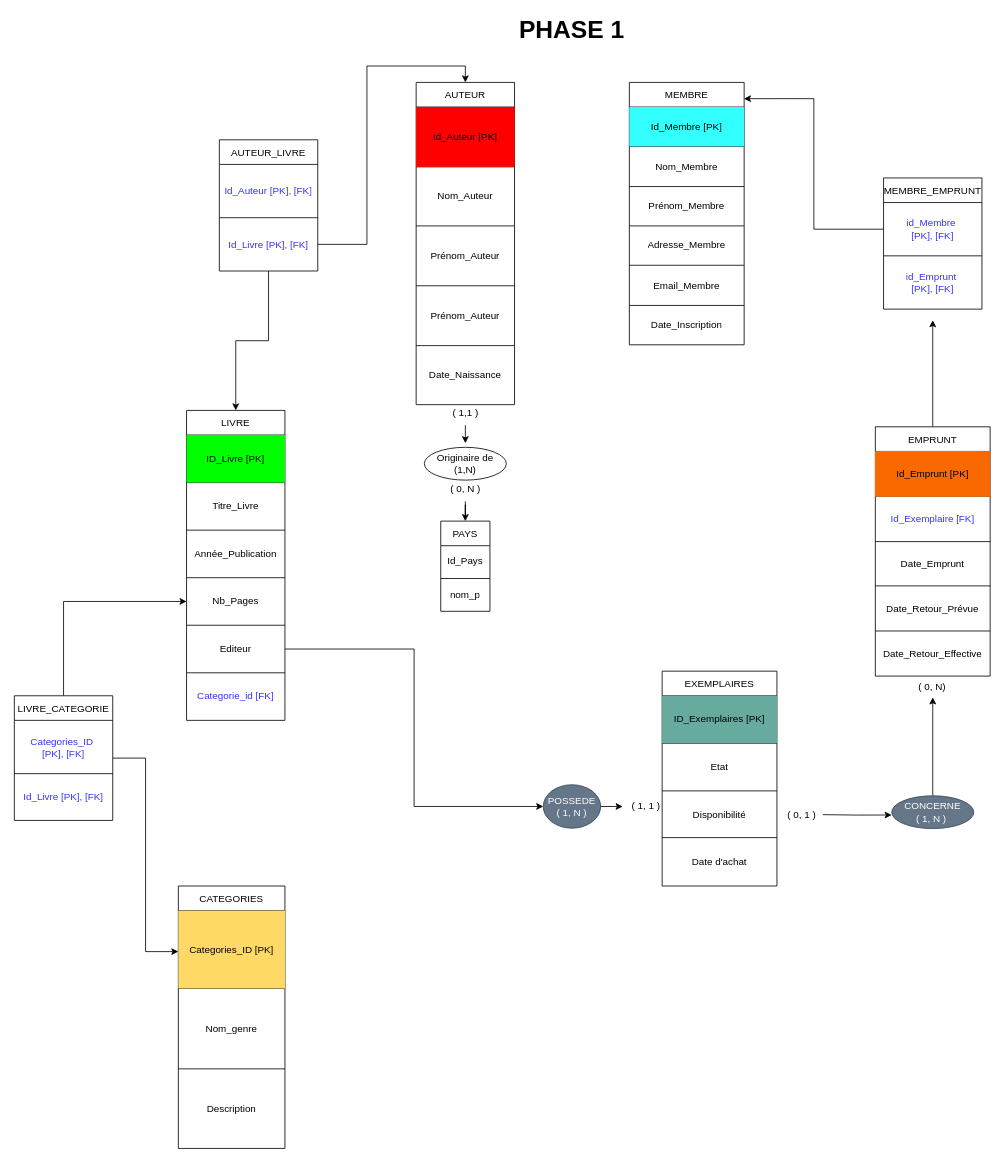
Above: programming/node/modélisationBDD/Module4.drawio in Frantz-tech/current-training (draw.io), before the change. Source tidied: cells renumbered, new cells numbered last; positions are measured from the earlier drawing's top-left corner, leaving out a move shared by most shapes. Both pictures are drawn from the tidied source at 82%, with x=0, y=0 at pixel (14, 16).
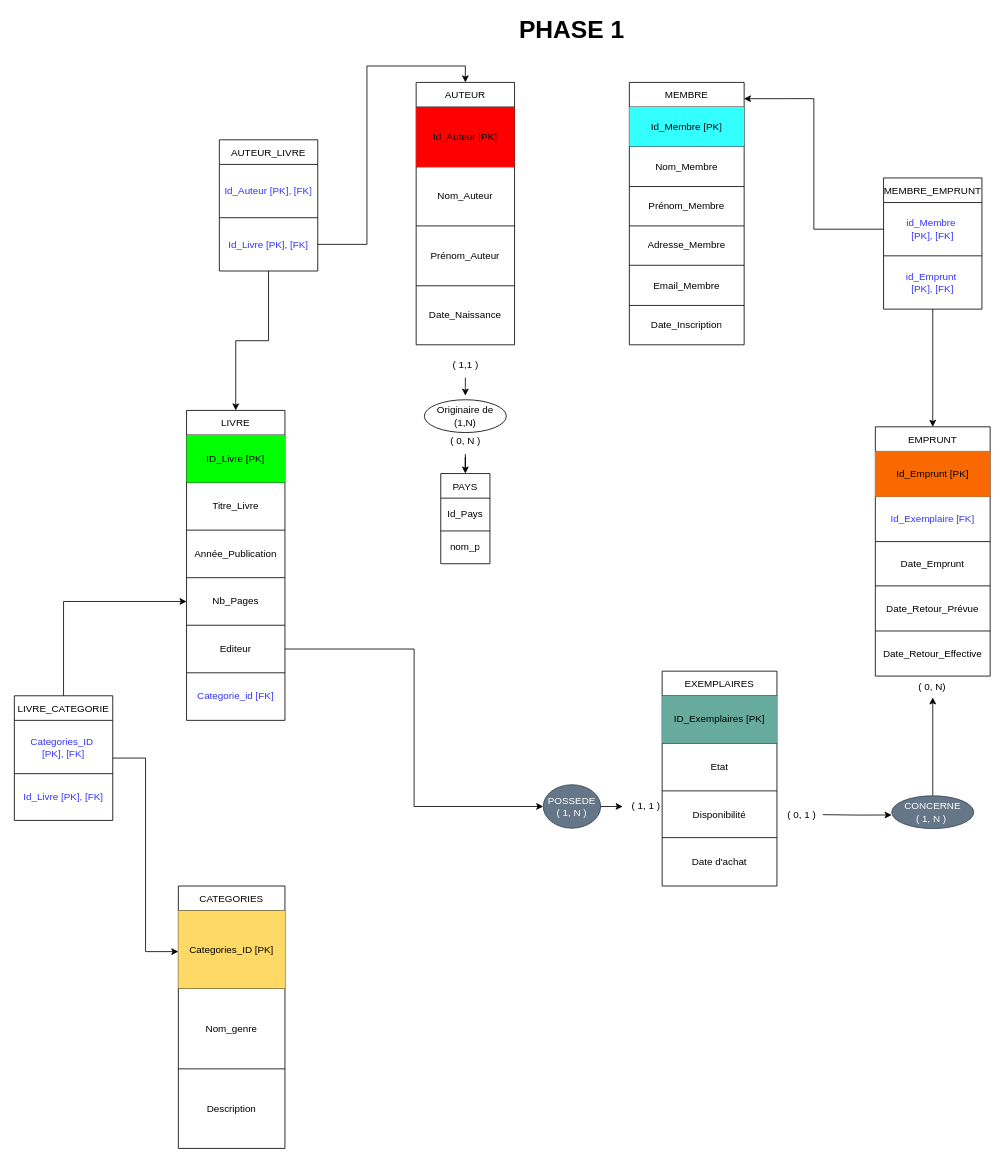
Above is the later version.

Commit message:
Mettre à jour Module4.drawio

The change refers to these unchanged cells:
```xml
<mxCell id="56" value="EMPRUNT" style="shape=table;startSize=30;childLayout=tableLayout;" parent="1" vertex="1">
  <mxGeometry x="1050" y="500" width="140" height="304" as="geometry" />
</mxCell>
<mxCell id="95" value="MEMBRE_EMPRUNT" style="shape=table;startSize=30;childLayout=tableLayout;" parent="1" vertex="1">
  <mxGeometry x="1060" y="196.5" width="120" height="160" as="geometry" />
</mxCell>
```

Diff of the diagram source:
```diff
@@
     <mxCell id="37" value="AUTEUR" style="shape=table;startSize=30;childLayout=tableLayout;" parent="1" vertex="1">
-      <mxGeometry x="490" y="80" width="120" height="393" as="geometry" />
+      <mxGeometry x="490" y="80" width="120" height="320" as="geometry" />
     </mxCell>
@@
-    <mxCell id="44" style="shape=tableRow;horizontal=0;startSize=0;swimlaneHead=0;swimlaneBody=0;strokeColor=inherit;top=0;left=0;bottom=0;right=0;fillColor=none;" parent="37" vertex="1">
-      <mxGeometry y="248" width="120" height="73" as="geometry" />
-    </mxCell>
-    <mxCell id="45" value="Prénom_Auteur" style="shape=partialRectangle;html=1;whiteSpace=wrap;strokeColor=inherit;overflow=hidden;fillColor=none;top=0;left=0;bottom=0;right=0;" parent="44" vertex="1">
-      <mxGeometry width="120" height="73" as="geometry" />
-    </mxCell>
     <mxCell id="46" style="shape=tableRow;horizontal=0;startSize=0;swimlaneHead=0;swimlaneBody=0;strokeColor=inherit;top=0;left=0;bottom=0;right=0;fillColor=none;" parent="37" vertex="1">
-      <mxGeometry y="321" width="120" height="72" as="geometry" />
+      <mxGeometry y="248" width="120" height="72" as="geometry" />
     </mxCell>
@@
-    <mxCell id="55" style="edgeStyle=orthogonalEdgeStyle;rounded=0;jettySize=auto;html=1;" parent="1" edge="1" source="56">
-      <mxGeometry relative="1" as="geometry">
-        <mxPoint x="1120" y="370" as="targetPoint" />
-      </mxGeometry>
-    </mxCell>
@@
     <mxCell id="68" value="PAYS" style="shape=table;startSize=30;childLayout=tableLayout;" parent="1" vertex="1">
-      <mxGeometry x="520" y="615" width="60" height="110" as="geometry" />
+      <mxGeometry x="520" y="557" width="60" height="110" as="geometry" />
     </mxCell>
@@
     <mxCell id="73" style="shape=tableRow;horizontal=0;startSize=0;swimlaneHead=0;swimlaneBody=0;strokeColor=inherit;top=0;left=0;bottom=0;right=0;fillColor=none;" parent="1" vertex="1">
-      <mxGeometry x="520" y="510" width="60" height="40" as="geometry" />
+      <mxGeometry x="520" y="452" width="60" height="40" as="geometry" />
     </mxCell>
     <mxCell id="74" style="edgeStyle=orthogonalEdgeStyle;rounded=0;jettySize=auto;html=1;" parent="1" edge="1" source="75">
       <mxGeometry relative="1" as="geometry">
-        <mxPoint x="550" y="520" as="targetPoint" />
+        <mxPoint x="550" y="462" as="targetPoint" />
         <Array as="points">
-          <mxPoint x="550" y="510" />
-          <mxPoint x="550" y="510" />
+          <mxPoint x="550" y="452" />
+          <mxPoint x="550" y="452" />
         </Array>
       </mxGeometry>
     </mxCell>
     <mxCell id="75" value="( 1,1 )" style="text;html=1;align=center;verticalAlign=middle;points=[];strokeColor=none;fillColor=none;fontSize=12;fontStyle=0;" parent="1" vertex="1">
-      <mxGeometry x="525" y="468" width="50" height="30" as="geometry" />
+      <mxGeometry x="525" y="410" width="50" height="30" as="geometry" />
     </mxCell>
@@
     <mxCell id="77" value="Id_Pays" style="shape=partialRectangle;html=1;whiteSpace=wrap;strokeColor=inherit;overflow=hidden;fillColor=none;top=0;left=0;bottom=0;right=0;" parent="1" vertex="1">
-      <mxGeometry x="520" y="644" width="60" height="40" as="geometry" />
+      <mxGeometry x="520" y="586" width="60" height="40" as="geometry" />
     </mxCell>
     <mxCell id="78" value="Originaire de&lt;div&gt;(1,N)&lt;/div&gt;" style="ellipse;whiteSpace=wrap;html=1;align=center;" parent="1" vertex="1">
-      <mxGeometry x="500" y="525" width="100" height="40" as="geometry" />
+      <mxGeometry x="500" y="467" width="100" height="40" as="geometry" />
     </mxCell>
@@
     <mxCell id="80" value="( 0, N )" style="text;html=1;align=center;verticalAlign=middle;points=[];strokeColor=none;fillColor=none;fontSize=12;fontStyle=0;" parent="1" vertex="1">
-      <mxGeometry x="520" y="561" width="60" height="30" as="geometry" />
+      <mxGeometry x="520" y="503" width="60" height="30" as="geometry" />
     </mxCell>
@@
+    <mxCell id="109" style="edgeStyle=orthogonalEdgeStyle;rounded=0;jettySize=auto;html=1;entryX=0.5;entryY=0;entryDx=0;entryDy=0;" parent="1" edge="1" source="95" target="56">
+      <mxGeometry relative="1" as="geometry" />
+    </mxCell>
```
